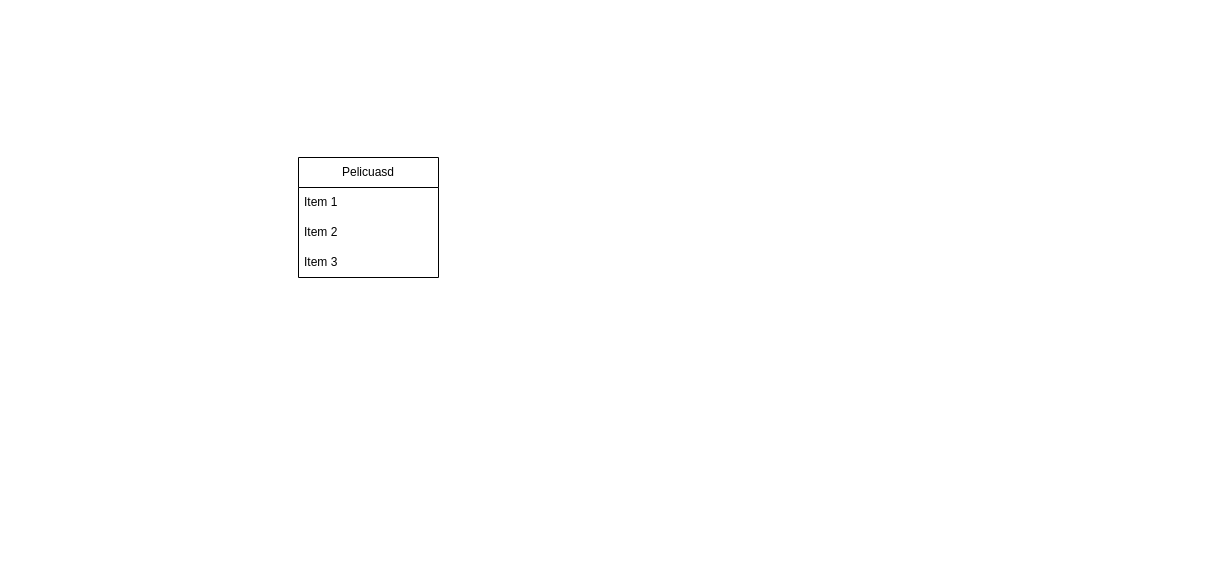
This is Diagrama sin título.drawio from Luc4sRuiz/Lucasrepositorios, a draw.io file, before an edit. Source tidied: cells renumbered, new cells numbered last; positions are measured from the earlier drawing's top-left corner, leaving out a move shared by most shapes. Both pictures are drawn from the tidied source at 100%, with x=0, y=0 at pixel (298, 157).
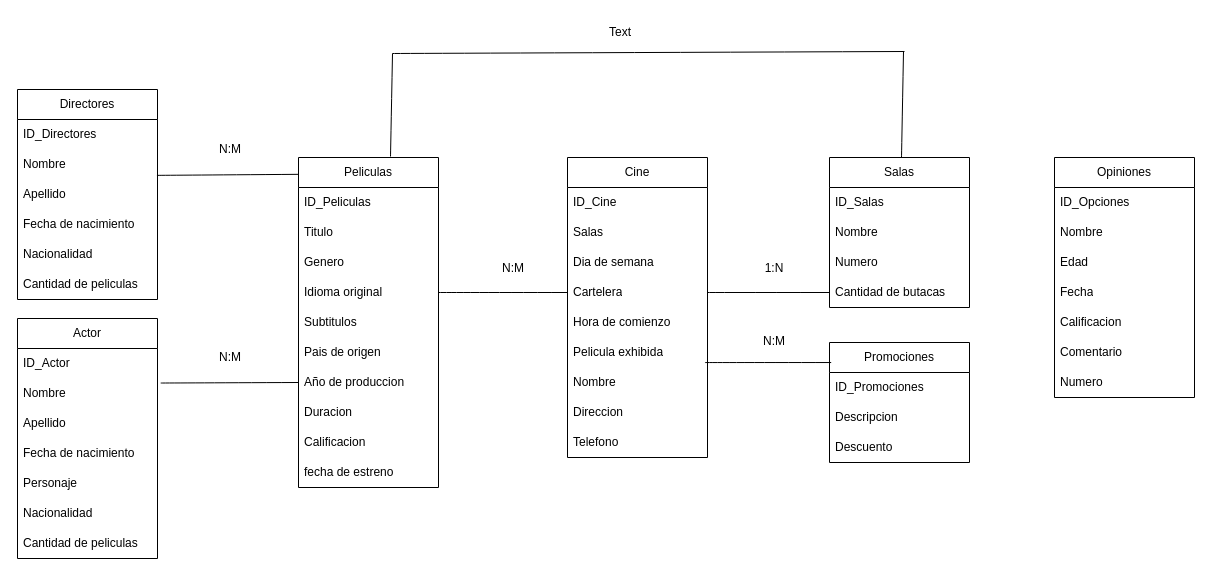
The same diagram, later.

Diff of the diagram source:
```diff
@@
-    <mxCell id="2" value="Pelicuasd" style="swimlane;fontStyle=0;horizontal=1;startSize=30;whiteSpace=wrap;html=1;" parent="1" vertex="1">
-      <mxGeometry width="140" height="120" as="geometry" />
+    <mxCell id="2" value="Peliculas" style="swimlane;fontStyle=0;horizontal=1;startSize=30;whiteSpace=wrap;html=1;" parent="1" vertex="1">
+      <mxGeometry width="140" height="330" as="geometry" />
     </mxCell>
-    <mxCell id="3" value="Item 1" style="text;strokeColor=none;fillColor=none;align=left;verticalAlign=middle;spacingLeft=4;spacingRight=4;overflow=hidden;whiteSpace=wrap;html=1;" parent="2" vertex="1">
+    <mxCell id="3" value="ID_Peliculas" style="text;strokeColor=none;fillColor=none;align=left;verticalAlign=middle;spacingLeft=4;spacingRight=4;overflow=hidden;whiteSpace=wrap;html=1;" parent="2" vertex="1">
       <mxGeometry y="30" width="140" height="30" as="geometry" />
     </mxCell>
-    <mxCell id="4" value="Item 2" style="text;strokeColor=none;fillColor=none;align=left;verticalAlign=middle;spacingLeft=4;spacingRight=4;overflow=hidden;whiteSpace=wrap;html=1;" parent="2" vertex="1">
+    <mxCell id="4" value="Titulo" style="text;strokeColor=none;fillColor=none;align=left;verticalAlign=middle;spacingLeft=4;spacingRight=4;overflow=hidden;whiteSpace=wrap;html=1;" parent="2" vertex="1">
       <mxGeometry y="60" width="140" height="30" as="geometry" />
     </mxCell>
-    <mxCell id="5" value="Item 3" style="text;strokeColor=none;fillColor=none;align=left;verticalAlign=middle;spacingLeft=4;spacingRight=4;overflow=hidden;whiteSpace=wrap;html=1;" parent="2" vertex="1">
+    <mxCell id="5" value="Genero" style="text;strokeColor=none;fillColor=none;align=left;verticalAlign=middle;spacingLeft=4;spacingRight=4;overflow=hidden;whiteSpace=wrap;html=1;" parent="2" vertex="1">
       <mxGeometry y="90" width="140" height="30" as="geometry" />
     </mxCell>
+    <mxCell id="6" value="Idioma original" style="text;strokeColor=none;fillColor=none;align=left;verticalAlign=middle;spacingLeft=4;spacingRight=4;overflow=hidden;points=[[0,0.5],[1,0.5]];portConstraint=eastwest;whiteSpace=wrap;html=1;" parent="2" vertex="1">
+      <mxGeometry y="120" width="140" height="30" as="geometry" />
+    </mxCell>
+    <mxCell id="7" value="Subtitulos" style="text;strokeColor=none;fillColor=none;align=left;verticalAlign=middle;spacingLeft=4;spacingRight=4;overflow=hidden;whiteSpace=wrap;html=1;" parent="2" vertex="1">
+      <mxGeometry y="150" width="140" height="30" as="geometry" />
+    </mxCell>
+    <mxCell id="8" value="Pais de origen" style="text;strokeColor=none;fillColor=none;align=left;verticalAlign=middle;spacingLeft=4;spacingRight=4;overflow=hidden;whiteSpace=wrap;html=1;" parent="2" vertex="1">
+      <mxGeometry y="180" width="140" height="30" as="geometry" />
+    </mxCell>
+    <mxCell id="9" value="Año de produccion" style="text;strokeColor=none;fillColor=none;align=left;verticalAlign=middle;spacingLeft=4;spacingRight=4;overflow=hidden;points=[[0,0.5],[1,0.5]];portConstraint=eastwest;whiteSpace=wrap;html=1;" parent="2" vertex="1">
+      <mxGeometry y="210" width="140" height="30" as="geometry" />
+    </mxCell>
+    <mxCell id="10" value="Duracion" style="text;strokeColor=none;fillColor=none;align=left;verticalAlign=middle;spacingLeft=4;spacingRight=4;overflow=hidden;whiteSpace=wrap;html=1;" parent="2" vertex="1">
+      <mxGeometry y="240" width="140" height="30" as="geometry" />
+    </mxCell>
+    <mxCell id="11" value="Calificacion" style="text;strokeColor=none;fillColor=none;align=left;verticalAlign=middle;spacingLeft=4;spacingRight=4;overflow=hidden;whiteSpace=wrap;html=1;" parent="2" vertex="1">
+      <mxGeometry y="270" width="140" height="30" as="geometry" />
+    </mxCell>
+    <mxCell id="12" value="fecha de estreno" style="text;strokeColor=none;fillColor=none;align=left;verticalAlign=middle;spacingLeft=4;spacingRight=4;overflow=hidden;whiteSpace=wrap;html=1;" parent="2" vertex="1">
+      <mxGeometry y="300" width="140" height="30" as="geometry" />
+    </mxCell>
+    <mxCell id="13" value="Directores" style="swimlane;fontStyle=0;horizontal=1;startSize=30;whiteSpace=wrap;html=1;" parent="1" vertex="1">
+      <mxGeometry x="-281" y="-68" width="140" height="210" as="geometry" />
+    </mxCell>
+    <mxCell id="14" value="ID_Directores" style="text;strokeColor=none;fillColor=none;align=left;verticalAlign=middle;spacingLeft=4;spacingRight=4;overflow=hidden;whiteSpace=wrap;html=1;" parent="13" vertex="1">
+      <mxGeometry y="30" width="140" height="30" as="geometry" />
+    </mxCell>
+    <mxCell id="15" value="Nombre" style="text;strokeColor=none;fillColor=none;align=left;verticalAlign=middle;spacingLeft=4;spacingRight=4;overflow=hidden;points=[[0,0.5],[1,0.5]];portConstraint=eastwest;whiteSpace=wrap;html=1;" parent="13" vertex="1">
+      <mxGeometry y="60" width="140" height="30" as="geometry" />
+    </mxCell>
+    <mxCell id="16" value="Apellido" style="text;strokeColor=none;fillColor=none;align=left;verticalAlign=middle;spacingLeft=4;spacingRight=4;overflow=hidden;whiteSpace=wrap;html=1;" parent="13" vertex="1">
+      <mxGeometry y="90" width="140" height="30" as="geometry" />
+    </mxCell>
+    <mxCell id="17" value="Fecha de nacimiento" style="text;strokeColor=none;fillColor=none;align=left;verticalAlign=middle;spacingLeft=4;spacingRight=4;overflow=hidden;whiteSpace=wrap;html=1;" parent="13" vertex="1">
+      <mxGeometry y="120" width="140" height="30" as="geometry" />
+    </mxCell>
+    <mxCell id="18" value="Nacionalidad" style="text;strokeColor=none;fillColor=none;align=left;verticalAlign=middle;spacingLeft=4;spacingRight=4;overflow=hidden;whiteSpace=wrap;html=1;" parent="13" vertex="1">
+      <mxGeometry y="150" width="140" height="30" as="geometry" />
+    </mxCell>
+    <mxCell id="19" value="Cantidad de peliculas" style="text;strokeColor=none;fillColor=none;align=left;verticalAlign=middle;spacingLeft=4;spacingRight=4;overflow=hidden;whiteSpace=wrap;html=1;" parent="13" vertex="1">
+      <mxGeometry y="180" width="140" height="30" as="geometry" />
+    </mxCell>
+    <mxCell id="20" value="Actor" style="swimlane;fontStyle=0;horizontal=1;startSize=30;whiteSpace=wrap;html=1;" parent="1" vertex="1">
+      <mxGeometry x="-281" y="161" width="140" height="240" as="geometry" />
+    </mxCell>
+    <mxCell id="21" value="ID_Actor" style="text;strokeColor=none;fillColor=none;align=left;verticalAlign=middle;spacingLeft=4;spacingRight=4;overflow=hidden;whiteSpace=wrap;html=1;" parent="20" vertex="1">
+      <mxGeometry y="30" width="140" height="30" as="geometry" />
+    </mxCell>
+    <mxCell id="22" value="Nombre" style="text;strokeColor=none;fillColor=none;align=left;verticalAlign=middle;spacingLeft=4;spacingRight=4;overflow=hidden;points=[[0,0.5],[1,0.5]];portConstraint=eastwest;whiteSpace=wrap;html=1;" parent="20" vertex="1">
+      <mxGeometry y="60" width="140" height="30" as="geometry" />
+    </mxCell>
+    <mxCell id="23" value="Apellido" style="text;strokeColor=none;fillColor=none;align=left;verticalAlign=middle;spacingLeft=4;spacingRight=4;overflow=hidden;whiteSpace=wrap;html=1;" parent="20" vertex="1">
+      <mxGeometry y="90" width="140" height="30" as="geometry" />
+    </mxCell>
+    <mxCell id="24" value="Fecha de nacimiento" style="text;strokeColor=none;fillColor=none;align=left;verticalAlign=middle;spacingLeft=4;spacingRight=4;overflow=hidden;whiteSpace=wrap;html=1;" parent="20" vertex="1">
+      <mxGeometry y="120" width="140" height="30" as="geometry" />
+    </mxCell>
+    <mxCell id="25" value="Personaje" style="text;strokeColor=none;fillColor=none;align=left;verticalAlign=middle;spacingLeft=4;spacingRight=4;overflow=hidden;whiteSpace=wrap;html=1;" parent="20" vertex="1">
+      <mxGeometry y="150" width="140" height="30" as="geometry" />
+    </mxCell>
+    <mxCell id="26" value="Nacionalidad" style="text;strokeColor=none;fillColor=none;align=left;verticalAlign=middle;spacingLeft=4;spacingRight=4;overflow=hidden;whiteSpace=wrap;html=1;" parent="20" vertex="1">
+      <mxGeometry y="180" width="140" height="30" as="geometry" />
+    </mxCell>
+    <mxCell id="27" value="Cantidad de peliculas" style="text;strokeColor=none;fillColor=none;align=left;verticalAlign=middle;spacingLeft=4;spacingRight=4;overflow=hidden;whiteSpace=wrap;html=1;" parent="20" vertex="1">
+      <mxGeometry y="210" width="140" height="30" as="geometry" />
+    </mxCell>
+    <mxCell id="28" value="Cine" style="swimlane;fontStyle=0;horizontal=1;startSize=30;whiteSpace=wrap;html=1;" parent="1" vertex="1">
+      <mxGeometry x="269" width="140" height="300" as="geometry" />
+    </mxCell>
+    <mxCell id="29" value="ID_Cine" style="text;strokeColor=none;fillColor=none;align=left;verticalAlign=middle;spacingLeft=4;spacingRight=4;overflow=hidden;whiteSpace=wrap;html=1;" parent="28" vertex="1">
+      <mxGeometry y="30" width="140" height="30" as="geometry" />
+    </mxCell>
+    <mxCell id="30" value="Salas" style="text;strokeColor=none;fillColor=none;align=left;verticalAlign=middle;spacingLeft=4;spacingRight=4;overflow=hidden;whiteSpace=wrap;html=1;" parent="28" vertex="1">
+      <mxGeometry y="60" width="140" height="30" as="geometry" />
+    </mxCell>
+    <mxCell id="31" value="Dia de semana" style="text;strokeColor=none;fillColor=none;align=left;verticalAlign=middle;spacingLeft=4;spacingRight=4;overflow=hidden;whiteSpace=wrap;html=1;" parent="28" vertex="1">
+      <mxGeometry y="90" width="140" height="30" as="geometry" />
+    </mxCell>
+    <mxCell id="32" value="Cartelera" style="text;strokeColor=none;fillColor=none;align=left;verticalAlign=middle;spacingLeft=4;spacingRight=4;overflow=hidden;points=[[0,0.5],[1,0.5]];portConstraint=eastwest;whiteSpace=wrap;html=1;" parent="28" vertex="1">
+      <mxGeometry y="120" width="140" height="30" as="geometry" />
+    </mxCell>
+    <mxCell id="33" value="Hora de comienzo" style="text;strokeColor=none;fillColor=none;align=left;verticalAlign=middle;spacingLeft=4;spacingRight=4;overflow=hidden;whiteSpace=wrap;html=1;" parent="28" vertex="1">
+      <mxGeometry y="150" width="140" height="30" as="geometry" />
+    </mxCell>
+    <mxCell id="34" value="Pelicula exhibida" style="text;strokeColor=none;fillColor=none;align=left;verticalAlign=middle;spacingLeft=4;spacingRight=4;overflow=hidden;points=[[0,0.5],[1,0.5]];portConstraint=eastwest;whiteSpace=wrap;html=1;" parent="28" vertex="1">
+      <mxGeometry y="180" width="140" height="30" as="geometry" />
+    </mxCell>
+    <mxCell id="35" value="Nombre" style="text;strokeColor=none;fillColor=none;align=left;verticalAlign=middle;spacingLeft=4;spacingRight=4;overflow=hidden;whiteSpace=wrap;html=1;" parent="28" vertex="1">
+      <mxGeometry y="210" width="140" height="30" as="geometry" />
+    </mxCell>
+    <mxCell id="36" value="Direccion" style="text;strokeColor=none;fillColor=none;align=left;verticalAlign=middle;spacingLeft=4;spacingRight=4;overflow=hidden;whiteSpace=wrap;html=1;" parent="28" vertex="1">
+      <mxGeometry y="240" width="140" height="30" as="geometry" />
+    </mxCell>
+    <mxCell id="37" value="Telefono" style="text;strokeColor=none;fillColor=none;align=left;verticalAlign=middle;spacingLeft=4;spacingRight=4;overflow=hidden;whiteSpace=wrap;html=1;" parent="28" vertex="1">
+      <mxGeometry y="270" width="140" height="30" as="geometry" />
+    </mxCell>
+    <mxCell id="38" value="Salas" style="swimlane;fontStyle=0;horizontal=1;startSize=30;whiteSpace=wrap;html=1;" parent="1" vertex="1">
+      <mxGeometry x="531" width="140" height="150" as="geometry" />
+    </mxCell>
+    <mxCell id="39" value="ID_Salas" style="text;strokeColor=none;fillColor=none;align=left;verticalAlign=middle;spacingLeft=4;spacingRight=4;overflow=hidden;whiteSpace=wrap;html=1;" parent="38" vertex="1">
+      <mxGeometry y="30" width="140" height="30" as="geometry" />
+    </mxCell>
+    <mxCell id="40" value="Nombre" style="text;strokeColor=none;fillColor=none;align=left;verticalAlign=middle;spacingLeft=4;spacingRight=4;overflow=hidden;whiteSpace=wrap;html=1;" parent="38" vertex="1">
+      <mxGeometry y="60" width="140" height="30" as="geometry" />
+    </mxCell>
+    <mxCell id="41" value="Numero" style="text;strokeColor=none;fillColor=none;align=left;verticalAlign=middle;spacingLeft=4;spacingRight=4;overflow=hidden;whiteSpace=wrap;html=1;" parent="38" vertex="1">
+      <mxGeometry y="90" width="140" height="30" as="geometry" />
+    </mxCell>
+    <mxCell id="42" value="Cantidad de butacas" style="text;strokeColor=none;fillColor=none;align=left;verticalAlign=middle;spacingLeft=4;spacingRight=4;overflow=hidden;points=[[0,0.5],[1,0.5]];portConstraint=eastwest;whiteSpace=wrap;html=1;" parent="38" vertex="1">
+      <mxGeometry y="120" width="140" height="30" as="geometry" />
+    </mxCell>
+    <mxCell id="43" value="Promociones" style="swimlane;fontStyle=0;horizontal=1;startSize=30;whiteSpace=wrap;html=1;" parent="1" vertex="1">
+      <mxGeometry x="531" y="185" width="140" height="120" as="geometry" />
+    </mxCell>
+    <mxCell id="44" value="ID_Promociones" style="text;strokeColor=none;fillColor=none;align=left;verticalAlign=middle;spacingLeft=4;spacingRight=4;overflow=hidden;whiteSpace=wrap;html=1;" parent="43" vertex="1">
+      <mxGeometry y="30" width="140" height="30" as="geometry" />
+    </mxCell>
+    <mxCell id="45" value="Descripcion" style="text;strokeColor=none;fillColor=none;align=left;verticalAlign=middle;spacingLeft=4;spacingRight=4;overflow=hidden;whiteSpace=wrap;html=1;" parent="43" vertex="1">
+      <mxGeometry y="60" width="140" height="30" as="geometry" />
+    </mxCell>
+    <mxCell id="46" value="Descuento" style="text;strokeColor=none;fillColor=none;align=left;verticalAlign=middle;spacingLeft=4;spacingRight=4;overflow=hidden;whiteSpace=wrap;html=1;" parent="43" vertex="1">
+      <mxGeometry y="90" width="140" height="30" as="geometry" />
+    </mxCell>
+    <mxCell id="47" value="Opiniones" style="swimlane;fontStyle=0;horizontal=1;startSize=30;whiteSpace=wrap;html=1;" parent="1" vertex="1">
+      <mxGeometry x="756" width="140" height="240" as="geometry" />
+    </mxCell>
+    <mxCell id="48" value="ID_Opciones" style="text;strokeColor=none;fillColor=none;align=left;verticalAlign=middle;spacingLeft=4;spacingRight=4;overflow=hidden;whiteSpace=wrap;html=1;" parent="47" vertex="1">
+      <mxGeometry y="30" width="140" height="30" as="geometry" />
+    </mxCell>
+    <mxCell id="49" value="Nombre" style="text;strokeColor=none;fillColor=none;align=left;verticalAlign=middle;spacingLeft=4;spacingRight=4;overflow=hidden;whiteSpace=wrap;html=1;" parent="47" vertex="1">
+      <mxGeometry y="60" width="140" height="30" as="geometry" />
+    </mxCell>
+    <mxCell id="50" value="Edad" style="text;strokeColor=none;fillColor=none;align=left;verticalAlign=middle;spacingLeft=4;spacingRight=4;overflow=hidden;whiteSpace=wrap;html=1;" parent="47" vertex="1">
+      <mxGeometry y="90" width="140" height="30" as="geometry" />
+    </mxCell>
+    <mxCell id="51" value="Fecha" style="text;strokeColor=none;fillColor=none;align=left;verticalAlign=middle;spacingLeft=4;spacingRight=4;overflow=hidden;whiteSpace=wrap;html=1;" parent="47" vertex="1">
+      <mxGeometry y="120" width="140" height="30" as="geometry" />
+    </mxCell>
+    <mxCell id="52" value="Calificacion" style="text;strokeColor=none;fillColor=none;align=left;verticalAlign=middle;spacingLeft=4;spacingRight=4;overflow=hidden;whiteSpace=wrap;html=1;" parent="47" vertex="1">
+      <mxGeometry y="150" width="140" height="30" as="geometry" />
+    </mxCell>
+    <mxCell id="53" value="Comentario" style="text;strokeColor=none;fillColor=none;align=left;verticalAlign=middle;spacingLeft=4;spacingRight=4;overflow=hidden;whiteSpace=wrap;html=1;" parent="47" vertex="1">
+      <mxGeometry y="180" width="140" height="30" as="geometry" />
+    </mxCell>
+    <mxCell id="54" value="Numero" style="text;strokeColor=none;fillColor=none;align=left;verticalAlign=middle;spacingLeft=4;spacingRight=4;overflow=hidden;whiteSpace=wrap;html=1;" parent="47" vertex="1">
+      <mxGeometry y="210" width="140" height="30" as="geometry" />
+    </mxCell>
+    <mxCell id="55" style="endArrow=none;html=1;rounded=0;fontSize=12;startSize=8;endSize=8;curved=1;entryX=-0.002;entryY=0.051;entryDx=0;entryDy=0;entryPerimeter=0;exitX=0.996;exitY=0.862;exitDx=0;exitDy=0;exitPerimeter=0;" parent="1" edge="1" source="15" target="2">
+      <mxGeometry relative="1" as="geometry" />
+    </mxCell>
+    <mxCell id="56" value="N:M" style="text;html=1;align=center;verticalAlign=middle;whiteSpace=wrap;rounded=0;" parent="1" vertex="1">
+      <mxGeometry x="-98" y="-23" width="60" height="30" as="geometry" />
+    </mxCell>
+    <mxCell id="57" style="endArrow=none;html=1;rounded=0;fontSize=12;startSize=8;endSize=8;curved=1;entryX=0;entryY=0.5;entryDx=0;entryDy=0;exitX=1.023;exitY=0.151;exitDx=0;exitDy=0;exitPerimeter=0;" parent="1" edge="1" source="22" target="9">
+      <mxGeometry relative="1" as="geometry" />
+    </mxCell>
+    <mxCell id="58" value="N:M" style="text;html=1;align=center;verticalAlign=middle;whiteSpace=wrap;rounded=0;" parent="1" vertex="1">
+      <mxGeometry x="-98" y="185" width="60" height="30" as="geometry" />
+    </mxCell>
+    <mxCell id="59" style="endArrow=none;html=1;rounded=0;fontSize=12;startSize=8;endSize=8;curved=1;entryX=0;entryY=0.5;entryDx=0;entryDy=0;" parent="1" edge="1" source="6" target="32">
+      <mxGeometry relative="1" as="geometry" />
+    </mxCell>
+    <mxCell id="60" value="N:M" style="text;html=1;align=center;verticalAlign=middle;whiteSpace=wrap;rounded=0;" parent="1" vertex="1">
+      <mxGeometry x="185" y="96" width="60" height="30" as="geometry" />
+    </mxCell>
+    <mxCell id="61" value="1:N" style="text;html=1;align=center;verticalAlign=middle;whiteSpace=wrap;rounded=0;" parent="1" vertex="1">
+      <mxGeometry x="446" y="96" width="60" height="30" as="geometry" />
+    </mxCell>
+    <mxCell id="62" style="endArrow=none;html=1;rounded=0;fontSize=12;startSize=8;endSize=8;curved=1;exitX=1;exitY=0.5;exitDx=0;exitDy=0;entryX=0;entryY=0.5;entryDx=0;entryDy=0;" parent="1" edge="1" source="32" target="42">
+      <mxGeometry relative="1" as="geometry" />
+    </mxCell>
+    <mxCell id="63" style="endArrow=none;html=1;rounded=0;fontSize=12;startSize=8;endSize=8;curved=1;entryX=0.012;entryY=0.167;entryDx=0;entryDy=0;entryPerimeter=0;exitX=0.982;exitY=0.835;exitDx=0;exitDy=0;exitPerimeter=0;" parent="1" edge="1" source="34" target="43">
+      <mxGeometry relative="1" as="geometry" />
+    </mxCell>
+    <mxCell id="64" value="N:M" style="text;html=1;align=center;verticalAlign=middle;whiteSpace=wrap;rounded=0;" parent="1" vertex="1">
+      <mxGeometry x="446" y="169" width="60" height="30" as="geometry" />
+    </mxCell>
+    <mxCell id="65" style="endArrow=none;html=1;rounded=0;fontSize=12;startSize=8;endSize=8;curved=1;" parent="1" edge="1">
+      <mxGeometry relative="1" as="geometry">
+        <mxPoint x="92" y="-1" as="sourcePoint" />
+        <mxPoint x="94" y="-104" as="targetPoint" />
+      </mxGeometry>
+    </mxCell>
+    <mxCell id="66" style="endArrow=none;html=1;rounded=0;fontSize=12;startSize=8;endSize=8;curved=1;" parent="1" edge="1">
+      <mxGeometry relative="1" as="geometry">
+        <mxPoint x="94" y="-104" as="sourcePoint" />
+        <mxPoint x="606" y="-106" as="targetPoint" />
+      </mxGeometry>
+    </mxCell>
+    <mxCell id="67" style="endArrow=none;html=1;rounded=0;fontSize=12;startSize=8;endSize=8;curved=1;" parent="1" edge="1">
+      <mxGeometry relative="1" as="geometry">
+        <mxPoint x="603" as="sourcePoint" />
+        <mxPoint x="605" y="-106" as="targetPoint" />
+      </mxGeometry>
+    </mxCell>
+    <mxCell id="68" value="Text" style="text;html=1;align=center;verticalAlign=middle;whiteSpace=wrap;rounded=0;" parent="1" vertex="1">
+      <mxGeometry x="292" y="-140" width="60" height="30" as="geometry" />
+    </mxCell>
```
